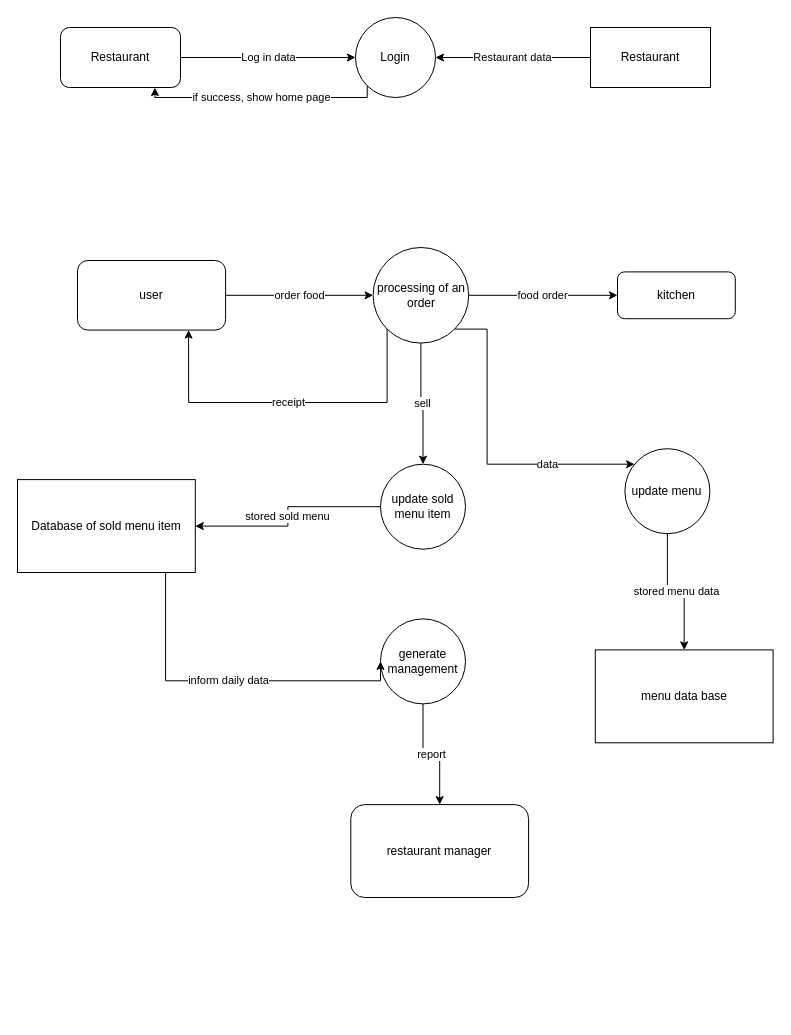
YeMyat144/DFD_ER keeps this draw.io diagram as page "Restaurant" (4 of 7) of health.drawio. Above is the earlier version. Source tidied: cells renumbered, new cells numbered last; positions are measured from the earlier drawing's top-left corner, leaving out a move shared by most shapes. Both pictures are drawn from the tidied source at 100%, with x=0, y=0 at pixel (17, 17).
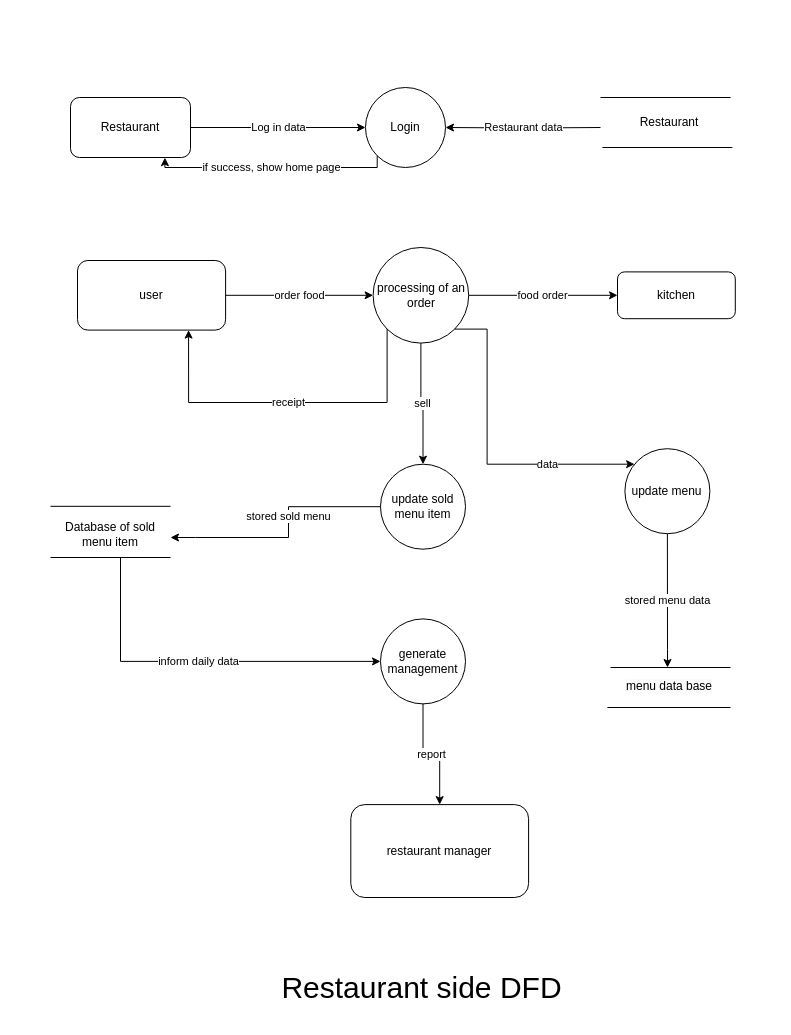
Above is the later version.

Unchanged cells that the change refers to:
```xml
<mxCell id="9" value="update sold menu item" style="ellipse;whiteSpace=wrap;html=1;" parent="1" vertex="1">
  <mxGeometry x="363" y="446.7" width="85" height="85" as="geometry" />
</mxCell>
<mxCell id="13" value="update menu" style="ellipse;whiteSpace=wrap;html=1;" parent="1" vertex="1">
  <mxGeometry x="607.4" y="431.2" width="85" height="85" as="geometry" />
</mxCell>
<mxCell id="17" value="generate management" style="ellipse;whiteSpace=wrap;html=1;" parent="1" vertex="1">
  <mxGeometry x="363" y="601.4" width="85" height="85" as="geometry" />
</mxCell>
```

Change to the diagram source:
```diff
@@
     <mxCell id="3" value="Restaurant" style="rounded=1;whiteSpace=wrap;html=1;" parent="1" vertex="1">
-      <mxGeometry x="43" y="10" width="120" height="60" as="geometry" />
+      <mxGeometry x="53" y="80" width="120" height="60" as="geometry" />
     </mxCell>
-    <mxCell id="4" value="Restaurant data" style="edgeStyle=orthogonalEdgeStyle;rounded=0;jettySize=auto;html=1;exitX=0;exitY=0.5;exitDx=0;exitDy=0;" parent="1" edge="1" source="5" target="6">
-      <mxGeometry relative="1" as="geometry" />
+    <mxCell id="4" value="Restaurant data" style="edgeStyle=orthogonalEdgeStyle;rounded=0;jettySize=auto;html=1;exitX=0;exitY=0.5;exitDx=0;exitDy=0;" parent="1" edge="1" target="6">
+      <mxGeometry relative="1" as="geometry">
+        <mxPoint x="583" y="110" as="sourcePoint" />
+      </mxGeometry>
     </mxCell>
-    <mxCell id="5" value="Restaurant" style="rounded=0;whiteSpace=wrap;html=1;strokeColor=default;" parent="1" vertex="1">
-      <mxGeometry x="573" y="10" width="120" height="60" as="geometry" />
-    </mxCell>
     <mxCell id="6" value="Login" style="ellipse;whiteSpace=wrap;html=1;" parent="1" vertex="1">
-      <mxGeometry x="338" width="80" height="80" as="geometry" />
+      <mxGeometry x="348" y="70" width="80" height="80" as="geometry" />
     </mxCell>
     <mxCell id="7" value="if success, show home page" style="edgeStyle=orthogonalEdgeStyle;rounded=0;jettySize=auto;html=1;exitX=0;exitY=1;exitDx=0;exitDy=0;entryX=0.787;entryY=1.002;entryDx=0;entryDy=0;entryPerimeter=0;" parent="1" edge="1" source="6" target="3">
       <mxGeometry relative="1" as="geometry">
         <Array as="points">
-          <mxPoint x="350" y="80" />
-          <mxPoint x="137" y="80" />
+          <mxPoint x="360" y="150" />
+          <mxPoint x="147" y="150" />
         </Array>
       </mxGeometry>
     </mxCell>
@@
-    <mxCell id="11" value="Database of sold menu item" style="rounded=0;whiteSpace=wrap;html=1;" parent="1" vertex="1">
-      <mxGeometry y="462.1" width="177.8" height="92.9" as="geometry" />
-    </mxCell>
-    <mxCell id="12" value="stored sold menu" style="edgeStyle=orthogonalEdgeStyle;rounded=0;jettySize=auto;html=1;" parent="1" edge="1" source="9" target="11">
-      <mxGeometry relative="1" as="geometry" />
+    <mxCell id="12" value="stored sold menu" style="edgeStyle=orthogonalEdgeStyle;rounded=0;jettySize=auto;html=1;" parent="1" edge="1" source="9">
+      <mxGeometry x="-0.15" relative="1" as="geometry">
+        <mxPoint x="153" y="520" as="targetPoint" />
+        <Array as="points">
+          <mxPoint x="271" y="489" />
+          <mxPoint x="271" y="520" />
+          <mxPoint x="178" y="520" />
+        </Array>
+      </mxGeometry>
     </mxCell>
@@
-    <mxCell id="15" value="menu data base" style="rounded=0;whiteSpace=wrap;html=1;" parent="1" vertex="1">
-      <mxGeometry x="577.8" y="632.4" width="177.8" height="92.9" as="geometry" />
-    </mxCell>
-    <mxCell id="16" value="stored menu data" style="edgeStyle=orthogonalEdgeStyle;rounded=0;jettySize=auto;html=1;" parent="1" edge="1" source="13" target="15">
-      <mxGeometry relative="1" as="geometry" />
+    <mxCell id="16" value="stored menu data" style="edgeStyle=orthogonalEdgeStyle;rounded=0;jettySize=auto;html=1;" parent="1" edge="1" source="13">
+      <mxGeometry relative="1" as="geometry">
+        <mxPoint x="650" y="650" as="targetPoint" />
+        <Array as="points">
+          <mxPoint x="650" y="632" />
+        </Array>
+      </mxGeometry>
     </mxCell>
@@
-    <mxCell id="18" value="inform daily data" style="edgeStyle=orthogonalEdgeStyle;rounded=0;jettySize=auto;html=1;entryX=0;entryY=0.5;entryDx=0;entryDy=0;" parent="1" edge="1" source="11" target="17">
+    <mxCell id="18" value="inform daily data" style="edgeStyle=orthogonalEdgeStyle;rounded=0;jettySize=auto;html=1;entryX=0;entryY=0.5;entryDx=0;entryDy=0;" parent="1" edge="1" target="17">
       <mxGeometry relative="1" as="geometry">
+        <mxPoint x="103" y="540" as="sourcePoint" />
         <Array as="points">
-          <mxPoint x="148.1" y="663.3" />
+          <mxPoint x="103" y="644" />
         </Array>
       </mxGeometry>
     </mxCell>
@@
+    <mxCell id="11" value="Database of sold menu item" style="text;html=1;align=center;verticalAlign=middle;whiteSpace=wrap;rounded=0;" parent="1" vertex="1">
+      <mxGeometry x="43" y="501.7" width="100" height="30" as="geometry" />
+    </mxCell>
+    <mxCell id="26" style="endArrow=none;html=1;rounded=0;" parent="1" edge="1">
+      <mxGeometry relative="1" as="geometry">
+        <mxPoint x="33" y="488.8" as="sourcePoint" />
+        <mxPoint x="153" y="488.8" as="targetPoint" />
+      </mxGeometry>
+    </mxCell>
+    <mxCell id="27" style="endArrow=none;html=1;rounded=0;" parent="1" edge="1">
+      <mxGeometry relative="1" as="geometry">
+        <mxPoint x="33" y="540" as="sourcePoint" />
+        <mxPoint x="153" y="540" as="targetPoint" />
+      </mxGeometry>
+    </mxCell>
+    <mxCell id="28" style="endArrow=none;html=1;rounded=0;" parent="1" edge="1">
+      <mxGeometry relative="1" as="geometry">
+        <mxPoint x="593" y="650" as="sourcePoint" />
+        <mxPoint x="713" y="650" as="targetPoint" />
+      </mxGeometry>
+    </mxCell>
+    <mxCell id="29" style="endArrow=none;html=1;rounded=0;" parent="1" edge="1">
+      <mxGeometry relative="1" as="geometry">
+        <mxPoint x="589.9" y="690" as="sourcePoint" />
+        <mxPoint x="713" y="690" as="targetPoint" />
+      </mxGeometry>
+    </mxCell>
+    <mxCell id="15" value="&#10;&lt;span style=&quot;color: rgb(0, 0, 0); font-family: Helvetica; font-size: 12px; font-style: normal; font-variant-ligatures: normal; font-variant-caps: normal; font-weight: 400; letter-spacing: normal; orphans: 2; text-align: center; text-indent: 0px; text-transform: none; widows: 2; word-spacing: 0px; -webkit-text-stroke-width: 0px; background-color: rgb(251, 251, 251); text-decoration-thickness: initial; text-decoration-style: initial; text-decoration-color: initial; float: none; display: inline !important;&quot;&gt;menu data base&lt;/span&gt;&#10;&#10;" style="text;html=1;align=center;verticalAlign=middle;whiteSpace=wrap;rounded=0;" parent="1" vertex="1">
+      <mxGeometry x="607.4" y="666.4" width="90" height="20" as="geometry" />
+    </mxCell>
+    <mxCell id="30" value="Restaurant side DFD" style="text;html=1;align=center;verticalAlign=middle;whiteSpace=wrap;rounded=0;fontSize=30;" parent="1" vertex="1">
+      <mxGeometry x="225.6" y="940" width="357.4" height="60" as="geometry" />
+    </mxCell>
+    <mxCell id="31" style="endArrow=none;html=1;rounded=0;" parent="1" edge="1">
+      <mxGeometry relative="1" as="geometry">
+        <mxPoint x="583" y="80" as="sourcePoint" />
+        <mxPoint x="713" y="80" as="targetPoint" />
+      </mxGeometry>
+    </mxCell>
+    <mxCell id="32" style="endArrow=none;html=1;rounded=0;" parent="1" edge="1">
+      <mxGeometry relative="1" as="geometry">
+        <mxPoint x="584.9" y="130" as="sourcePoint" />
+        <mxPoint x="714.9" y="130" as="targetPoint" />
+      </mxGeometry>
+    </mxCell>
+    <mxCell id="5" value="Restaurant" style="text;html=1;align=center;verticalAlign=middle;whiteSpace=wrap;rounded=0;" parent="1" vertex="1">
+      <mxGeometry x="622.4" y="90" width="60" height="30" as="geometry" />
+    </mxCell>
```
